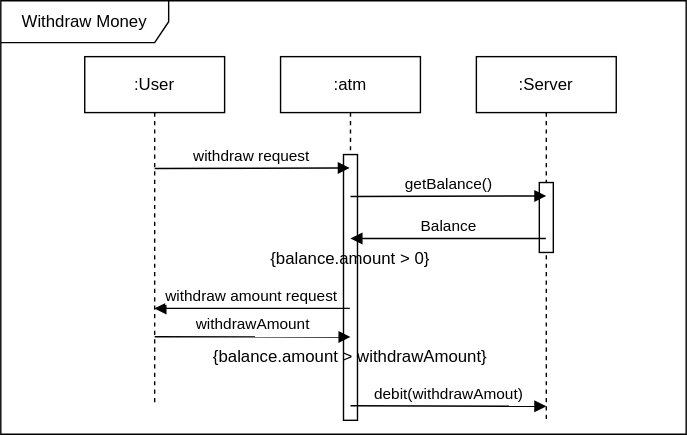
The draw.io diagram out/plant_uml/custom/stateInvariantsExample.svg in gigl-uml/Guide_uml_polymtl, before a commit. Source tidied: cells renumbered, new cells last; positions are measured from the earlier drawing's top-left corner, leaving out a move shared by most shapes. The source it was exported from:
```xml
<mxGraphModel>
  <root>
    <mxCell id="0" />
    <mxCell id="1" parent="0" />
    <mxCell id="2" value="Withdraw Money" style="shape=umlFrame;whiteSpace=wrap;html=1;width=120;height=30;" parent="1" vertex="1">
      <mxGeometry width="490" height="310" as="geometry" />
    </mxCell>
    <mxCell id="3" value=":User" style="shape=umlLifeline;perimeter=lifelinePerimeter;whiteSpace=wrap;html=1;newEdgeStyle={&quot;edgeStyle&quot;:&quot;elbowEdgeStyle&quot;,&quot;elbow&quot;:&quot;vertical&quot;,&quot;curved&quot;:0,&quot;rounded&quot;:0};" parent="1" vertex="1">
      <mxGeometry x="60" y="40" width="100" height="250" as="geometry" />
    </mxCell>
    <mxCell id="4" value=":atm" style="shape=umlLifeline;perimeter=lifelinePerimeter;whiteSpace=wrap;html=1;outlineConnect=0;portConstraint=eastwest;newEdgeStyle={&quot;edgeStyle&quot;:&quot;elbowEdgeStyle&quot;,&quot;elbow&quot;:&quot;vertical&quot;,&quot;curved&quot;:0,&quot;rounded&quot;:0};" parent="1" vertex="1">
      <mxGeometry x="200" y="40" width="100" height="260" as="geometry" />
    </mxCell>
    <mxCell id="5" style="html=1;perimeter=orthogonalPerimeter;targetShapes=umlLifeline;newEdgeStyle={&quot;edgeStyle&quot;:&quot;elbowEdgeStyle&quot;,&quot;elbow&quot;:&quot;vertical&quot;,&quot;curved&quot;:0,&quot;rounded&quot;:0};" parent="4" vertex="1">
      <mxGeometry x="45" y="70" width="10" height="190" as="geometry" />
    </mxCell>
    <mxCell id="6" value="withdraw request" style="html=1;verticalAlign=bottom;endArrow=block;edgeStyle=elbowEdgeStyle;elbow=vertical;curved=0;rounded=0;" parent="1" edge="1" target="4">
      <mxGeometry relative="1" as="geometry">
        <mxPoint x="110" y="120" as="sourcePoint" />
      </mxGeometry>
    </mxCell>
    <mxCell id="7" value="withdraw amount request" style="html=1;verticalAlign=bottom;endArrow=none;edgeStyle=elbowEdgeStyle;elbow=vertical;curved=0;rounded=0;startArrow=block;startFill=1;endFill=0;" parent="1" edge="1">
      <mxGeometry relative="1" as="geometry">
        <mxPoint x="109.9" y="220" as="sourcePoint" />
        <mxPoint x="249.5" y="220" as="targetPoint" />
        <Array as="points">
          <mxPoint x="180" y="220" />
          <mxPoint x="200" y="190" />
          <mxPoint x="200" y="240" />
          <mxPoint x="200" y="250" />
          <mxPoint x="190" y="230" />
        </Array>
      </mxGeometry>
    </mxCell>
    <mxCell id="8" value=":Server" style="shape=umlLifeline;perimeter=lifelinePerimeter;whiteSpace=wrap;html=1;newEdgeStyle={&quot;edgeStyle&quot;:&quot;elbowEdgeStyle&quot;,&quot;elbow&quot;:&quot;vertical&quot;,&quot;curved&quot;:0,&quot;rounded&quot;:0};" parent="1" vertex="1">
      <mxGeometry x="340" y="40" width="100" height="260" as="geometry" />
    </mxCell>
    <mxCell id="9" style="html=1;perimeter=orthogonalPerimeter;targetShapes=umlLifeline;newEdgeStyle={&quot;edgeStyle&quot;:&quot;elbowEdgeStyle&quot;,&quot;elbow&quot;:&quot;vertical&quot;,&quot;curved&quot;:0,&quot;rounded&quot;:0};" parent="8" vertex="1">
      <mxGeometry x="45" y="90" width="10" height="50" as="geometry" />
    </mxCell>
    <mxCell id="10" value="getBalance()" style="html=1;verticalAlign=bottom;endArrow=block;edgeStyle=elbowEdgeStyle;elbow=vertical;curved=0;rounded=0;" parent="1" edge="1">
      <mxGeometry relative="1" as="geometry">
        <mxPoint x="250" y="140" as="sourcePoint" />
        <mxPoint x="390" y="140" as="targetPoint" />
      </mxGeometry>
    </mxCell>
    <mxCell id="11" value="{balance.amount &amp;gt; 0}" style="text;html=1;strokeColor=none;fillColor=none;align=center;verticalAlign=middle;whiteSpace=wrap;rounded=0;" parent="1" vertex="1">
      <mxGeometry x="190" y="170" width="120" height="30" as="geometry" />
    </mxCell>
    <mxCell id="12" value="Balance" style="html=1;verticalAlign=bottom;endArrow=none;edgeStyle=elbowEdgeStyle;elbow=vertical;curved=0;rounded=0;startArrow=block;startFill=1;endFill=0;" parent="1" edge="1">
      <mxGeometry relative="1" as="geometry">
        <mxPoint x="250" y="170" as="sourcePoint" />
        <mxPoint x="389.6" y="170" as="targetPoint" />
        <Array as="points">
          <mxPoint x="320.1" y="170" />
          <mxPoint x="340.1" y="140" />
          <mxPoint x="340.1" y="190" />
          <mxPoint x="340.1" y="200" />
          <mxPoint x="330.1" y="180" />
        </Array>
      </mxGeometry>
    </mxCell>
    <mxCell id="13" value="withdrawAmount" style="html=1;verticalAlign=bottom;endArrow=block;edgeStyle=elbowEdgeStyle;elbow=vertical;curved=0;rounded=0;" parent="1" edge="1">
      <mxGeometry relative="1" as="geometry">
        <mxPoint x="110" y="240.3" as="sourcePoint" />
        <mxPoint x="250" y="240.3" as="targetPoint" />
      </mxGeometry>
    </mxCell>
    <mxCell id="14" value="{balance.amount &amp;gt;&amp;nbsp;withdrawAmount}" style="text;html=1;strokeColor=none;fillColor=none;align=center;verticalAlign=middle;whiteSpace=wrap;rounded=0;" parent="1" vertex="1">
      <mxGeometry x="150" y="240" width="200" height="30" as="geometry" />
    </mxCell>
    <mxCell id="15" value="debit(withdrawAmout)" style="html=1;verticalAlign=bottom;endArrow=block;edgeStyle=elbowEdgeStyle;elbow=vertical;curved=0;rounded=0;" parent="1" edge="1">
      <mxGeometry relative="1" as="geometry">
        <mxPoint x="250" y="289.6" as="sourcePoint" />
        <mxPoint x="390" y="289.6" as="targetPoint" />
      </mxGeometry>
    </mxCell>
  </root>
</mxGraphModel>
```
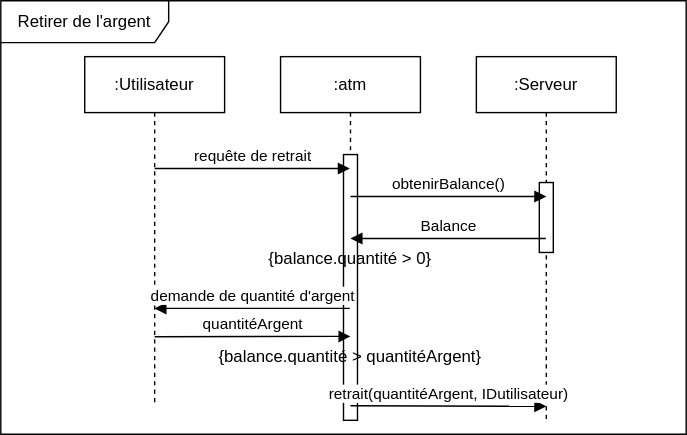
Later version of the same file.

The edit, as a diff of the source:
```diff
@@ -2,10 +2,10 @@
   <root>
     <mxCell id="0" />
     <mxCell id="1" parent="0" />
-    <mxCell id="2" value="Withdraw Money" style="shape=umlFrame;whiteSpace=wrap;html=1;width=120;height=30;" parent="1" vertex="1">
+    <mxCell id="2" value="Retirer de l'argent" style="shape=umlFrame;whiteSpace=wrap;html=1;width=120;height=30;" parent="1" vertex="1">
       <mxGeometry width="490" height="310" as="geometry" />
     </mxCell>
-    <mxCell id="3" value=":User" style="shape=umlLifeline;perimeter=lifelinePerimeter;whiteSpace=wrap;html=1;newEdgeStyle={&quot;edgeStyle&quot;:&quot;elbowEdgeStyle&quot;,&quot;elbow&quot;:&quot;vertical&quot;,&quot;curved&quot;:0,&quot;rounded&quot;:0};" parent="1" vertex="1">
+    <mxCell id="3" value=":Utilisateur" style="shape=umlLifeline;perimeter=lifelinePerimeter;whiteSpace=wrap;html=1;newEdgeStyle={&quot;edgeStyle&quot;:&quot;elbowEdgeStyle&quot;,&quot;elbow&quot;:&quot;vertical&quot;,&quot;curved&quot;:0,&quot;rounded&quot;:0};" parent="1" vertex="1">
       <mxGeometry x="60" y="40" width="100" height="250" as="geometry" />
     </mxCell>
     <mxCell id="4" value=":atm" style="shape=umlLifeline;perimeter=lifelinePerimeter;whiteSpace=wrap;html=1;outlineConnect=0;portConstraint=eastwest;newEdgeStyle={&quot;edgeStyle&quot;:&quot;elbowEdgeStyle&quot;,&quot;elbow&quot;:&quot;vertical&quot;,&quot;curved&quot;:0,&quot;rounded&quot;:0};" parent="1" vertex="1">
@@ -14,12 +14,12 @@
     <mxCell id="5" style="html=1;perimeter=orthogonalPerimeter;targetShapes=umlLifeline;newEdgeStyle={&quot;edgeStyle&quot;:&quot;elbowEdgeStyle&quot;,&quot;elbow&quot;:&quot;vertical&quot;,&quot;curved&quot;:0,&quot;rounded&quot;:0};" parent="4" vertex="1">
       <mxGeometry x="45" y="70" width="10" height="190" as="geometry" />
     </mxCell>
-    <mxCell id="6" value="withdraw request" style="html=1;verticalAlign=bottom;endArrow=block;edgeStyle=elbowEdgeStyle;elbow=vertical;curved=0;rounded=0;" parent="1" edge="1" target="4">
+    <mxCell id="6" value="requête de retrait" style="html=1;verticalAlign=bottom;endArrow=block;edgeStyle=elbowEdgeStyle;elbow=vertical;curved=0;rounded=0;" parent="1" edge="1" target="4">
       <mxGeometry relative="1" as="geometry">
         <mxPoint x="110" y="120" as="sourcePoint" />
       </mxGeometry>
     </mxCell>
-    <mxCell id="7" value="withdraw amount request" style="html=1;verticalAlign=bottom;endArrow=none;edgeStyle=elbowEdgeStyle;elbow=vertical;curved=0;rounded=0;startArrow=block;startFill=1;endFill=0;" parent="1" edge="1">
+    <mxCell id="7" value="demande de quantité d'argent" style="html=1;verticalAlign=bottom;endArrow=none;edgeStyle=elbowEdgeStyle;elbow=vertical;curved=0;rounded=0;startArrow=block;startFill=1;endFill=0;" parent="1" edge="1">
       <mxGeometry relative="1" as="geometry">
         <mxPoint x="109.9" y="220" as="sourcePoint" />
         <mxPoint x="249.5" y="220" as="targetPoint" />
@@ -32,19 +32,19 @@
         </Array>
       </mxGeometry>
     </mxCell>
-    <mxCell id="8" value=":Server" style="shape=umlLifeline;perimeter=lifelinePerimeter;whiteSpace=wrap;html=1;newEdgeStyle={&quot;edgeStyle&quot;:&quot;elbowEdgeStyle&quot;,&quot;elbow&quot;:&quot;vertical&quot;,&quot;curved&quot;:0,&quot;rounded&quot;:0};" parent="1" vertex="1">
+    <mxCell id="8" value=":Serveur" style="shape=umlLifeline;perimeter=lifelinePerimeter;whiteSpace=wrap;html=1;newEdgeStyle={&quot;edgeStyle&quot;:&quot;elbowEdgeStyle&quot;,&quot;elbow&quot;:&quot;vertical&quot;,&quot;curved&quot;:0,&quot;rounded&quot;:0};" parent="1" vertex="1">
       <mxGeometry x="340" y="40" width="100" height="260" as="geometry" />
     </mxCell>
     <mxCell id="9" style="html=1;perimeter=orthogonalPerimeter;targetShapes=umlLifeline;newEdgeStyle={&quot;edgeStyle&quot;:&quot;elbowEdgeStyle&quot;,&quot;elbow&quot;:&quot;vertical&quot;,&quot;curved&quot;:0,&quot;rounded&quot;:0};" parent="8" vertex="1">
       <mxGeometry x="45" y="90" width="10" height="50" as="geometry" />
     </mxCell>
-    <mxCell id="10" value="getBalance()" style="html=1;verticalAlign=bottom;endArrow=block;edgeStyle=elbowEdgeStyle;elbow=vertical;curved=0;rounded=0;" parent="1" edge="1">
+    <mxCell id="10" value="obtenirBalance()" style="html=1;verticalAlign=bottom;endArrow=block;edgeStyle=elbowEdgeStyle;elbow=vertical;curved=0;rounded=0;" parent="1" edge="1">
       <mxGeometry relative="1" as="geometry">
         <mxPoint x="250" y="140" as="sourcePoint" />
         <mxPoint x="390" y="140" as="targetPoint" />
       </mxGeometry>
     </mxCell>
-    <mxCell id="11" value="{balance.amount &amp;gt; 0}" style="text;html=1;strokeColor=none;fillColor=none;align=center;verticalAlign=middle;whiteSpace=wrap;rounded=0;" parent="1" vertex="1">
+    <mxCell id="11" value="{balance.quantité &amp;gt; 0}" style="text;html=1;strokeColor=none;fillColor=none;align=center;verticalAlign=middle;whiteSpace=wrap;rounded=0;" parent="1" vertex="1">
       <mxGeometry x="190" y="170" width="120" height="30" as="geometry" />
     </mxCell>
     <mxCell id="12" value="Balance" style="html=1;verticalAlign=bottom;endArrow=none;edgeStyle=elbowEdgeStyle;elbow=vertical;curved=0;rounded=0;startArrow=block;startFill=1;endFill=0;" parent="1" edge="1">
@@ -60,16 +60,16 @@
         </Array>
       </mxGeometry>
     </mxCell>
-    <mxCell id="13" value="withdrawAmount" style="html=1;verticalAlign=bottom;endArrow=block;edgeStyle=elbowEdgeStyle;elbow=vertical;curved=0;rounded=0;" parent="1" edge="1">
+    <mxCell id="13" value="quantitéArgent" style="html=1;verticalAlign=bottom;endArrow=block;edgeStyle=elbowEdgeStyle;elbow=vertical;curved=0;rounded=0;" parent="1" edge="1">
       <mxGeometry relative="1" as="geometry">
         <mxPoint x="110" y="240.3" as="sourcePoint" />
         <mxPoint x="250" y="240.3" as="targetPoint" />
       </mxGeometry>
     </mxCell>
-    <mxCell id="14" value="{balance.amount &amp;gt;&amp;nbsp;withdrawAmount}" style="text;html=1;strokeColor=none;fillColor=none;align=center;verticalAlign=middle;whiteSpace=wrap;rounded=0;" parent="1" vertex="1">
+    <mxCell id="14" value="{balance.quantité &amp;gt;&amp;nbsp;quantitéArgent}" style="text;html=1;strokeColor=none;fillColor=none;align=center;verticalAlign=middle;whiteSpace=wrap;rounded=0;" parent="1" vertex="1">
       <mxGeometry x="150" y="240" width="200" height="30" as="geometry" />
     </mxCell>
-    <mxCell id="15" value="debit(withdrawAmout)" style="html=1;verticalAlign=bottom;endArrow=block;edgeStyle=elbowEdgeStyle;elbow=vertical;curved=0;rounded=0;" parent="1" edge="1">
+    <mxCell id="15" value="retrait(quantitéArgent, IDutilisateur)" style="html=1;verticalAlign=bottom;endArrow=block;edgeStyle=elbowEdgeStyle;elbow=vertical;curved=0;rounded=0;" parent="1" edge="1">
       <mxGeometry relative="1" as="geometry">
         <mxPoint x="250" y="289.6" as="sourcePoint" />
         <mxPoint x="390" y="289.6" as="targetPoint" />
```
